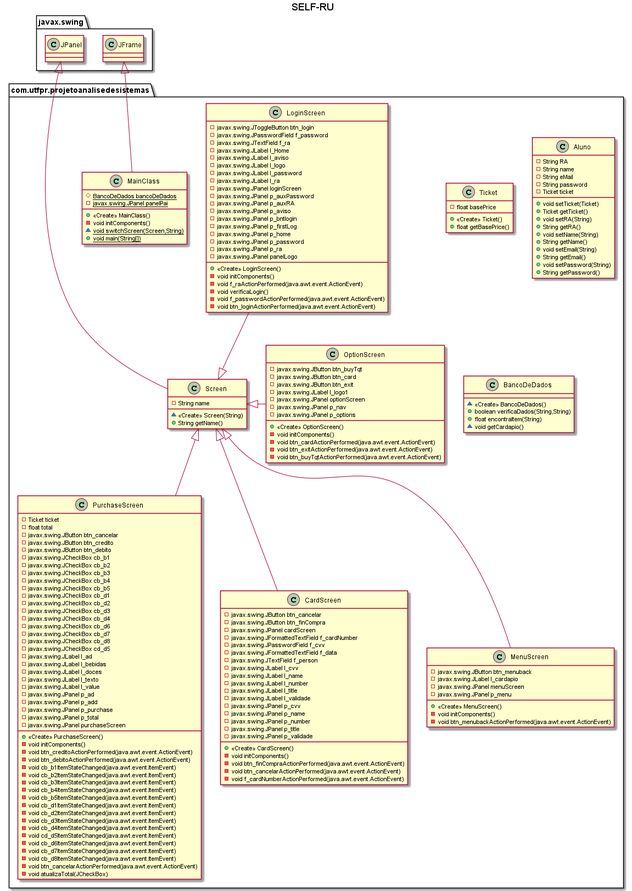
The PlantUML diagram UML/ProjetoUML-SELF-RU-Classes.png in GuiMarcos/ProjetoAnaliseDeSistemas, before a commit.
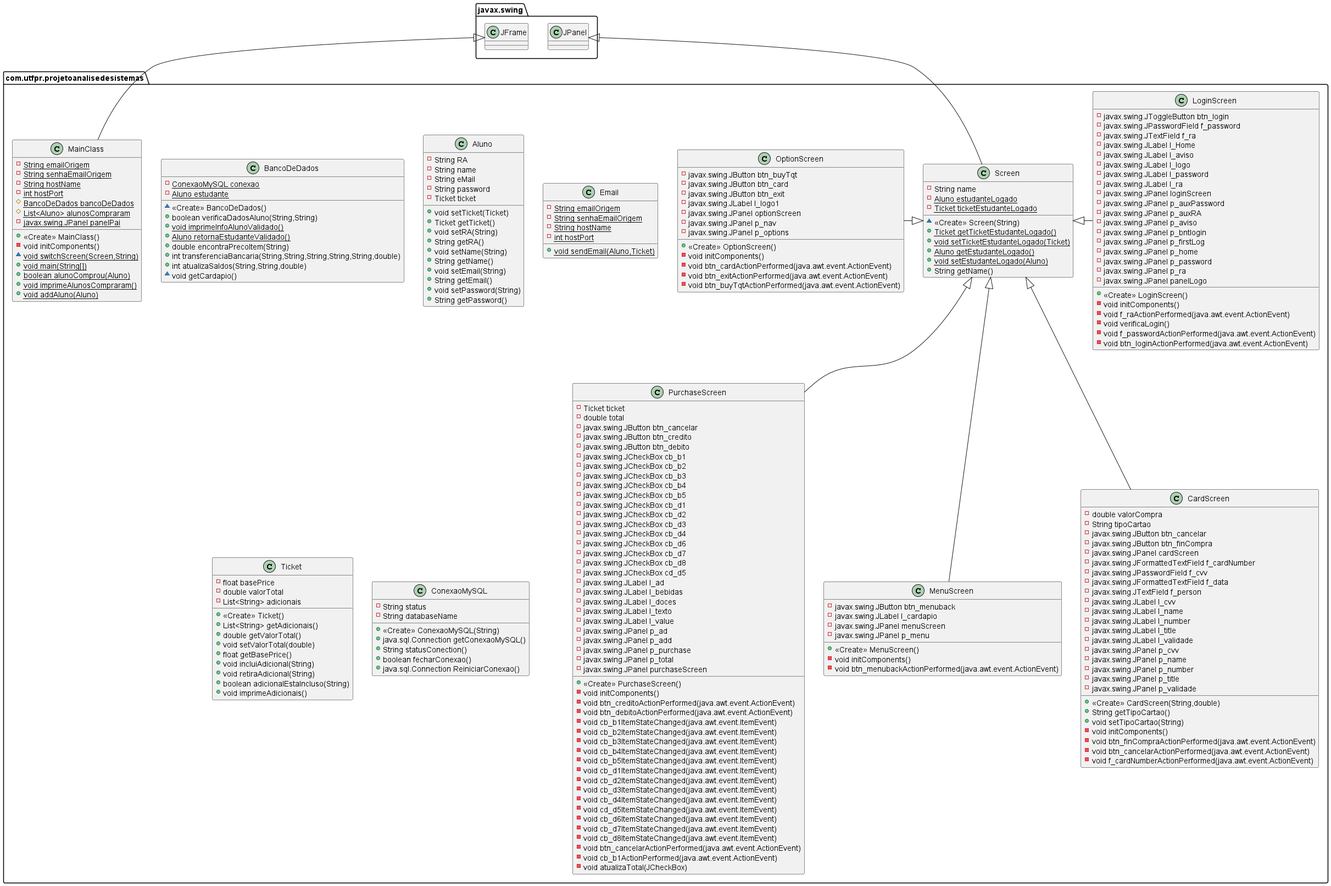
Later version of the same file.

Change to the diagram source:
```diff
@@ -1,151 +1,29 @@
-@startuml SELF-RU
-title SELF-RU
-
-together {
-    class com.utfpr.projetoanalisedesistemas.LoginScreen {
-    - javax.swing.JToggleButton btn_login
-    - javax.swing.JPasswordField f_password
-    - javax.swing.JTextField f_ra
-    - javax.swing.JLabel l_Home
-    - javax.swing.JLabel l_aviso
-    - javax.swing.JLabel l_logo
-    - javax.swing.JLabel l_password
-    - javax.swing.JLabel l_ra
-    - javax.swing.JPanel loginScreen
-    - javax.swing.JPanel p_auxPassword
-    - javax.swing.JPanel p_auxRA
-    - javax.swing.JPanel p_aviso
-    - javax.swing.JPanel p_bntlogin
-    - javax.swing.JPanel p_firstLog
-    - javax.swing.JPanel p_home
-    - javax.swing.JPanel p_password
-    - javax.swing.JPanel p_ra
-    - javax.swing.JPanel panelLogo
-    + <<Create>> LoginScreen()
-    - void initComponents()
-    - void f_raActionPerformed(java.awt.event.ActionEvent)
-    - void verificaLogin()
-    - void f_passwordActionPerformed(java.awt.event.ActionEvent)
-    - void btn_loginActionPerformed(java.awt.event.ActionEvent)
-    }
-
-    class com.utfpr.projetoanalisedesistemas.OptionScreen {
-    - javax.swing.JButton btn_buyTqt
-    - javax.swing.JButton btn_card
-    - javax.swing.JButton btn_exit
-    - javax.swing.JLabel l_logo1
-    - javax.swing.JPanel optionScreen
-    - javax.swing.JPanel p_nav
-    - javax.swing.JPanel p_options
-    + <<Create>> OptionScreen()
-    - void initComponents()
-    - void btn_cardActionPerformed(java.awt.event.ActionEvent)
-    - void btn_exitActionPerformed(java.awt.event.ActionEvent)
-    - void btn_buyTqtActionPerformed(java.awt.event.ActionEvent)
-    }
-    class com.utfpr.projetoanalisedesistemas.PurchaseScreen {
-    - Ticket ticket
-    - float total
-    - javax.swing.JButton btn_cancelar
-    - javax.swing.JButton btn_credito
-    - javax.swing.JButton btn_debito
-    - javax.swing.JCheckBox cb_b1
-    - javax.swing.JCheckBox cb_b2
-    - javax.swing.JCheckBox cb_b3
-    - javax.swing.JCheckBox cb_b4
-    - javax.swing.JCheckBox cb_b5
-    - javax.swing.JCheckBox cb_d1
-    - javax.swing.JCheckBox cb_d2
-    - javax.swing.JCheckBox cb_d3
-    - javax.swing.JCheckBox cb_d4
-    - javax.swing.JCheckBox cb_d6
-    - javax.swing.JCheckBox cb_d7
-    - javax.swing.JCheckBox cb_d8
-    - javax.swing.JCheckBox cd_d5
-    - javax.swing.JLabel l_ad
-    - javax.swing.JLabel l_bebidas
-    - javax.swing.JLabel l_doces
-    - javax.swing.JLabel l_texto
-    - javax.swing.JLabel l_value
-    - javax.swing.JPanel p_ad
-    - javax.swing.JPanel p_add
-    - javax.swing.JPanel p_purchase
-    - javax.swing.JPanel p_total
-    - javax.swing.JPanel purchaseScreen
-    + <<Create>> PurchaseScreen()
-    - void initComponents()
-    - void btn_creditoActionPerformed(java.awt.event.ActionEvent)
-    - void btn_debitoActionPerformed(java.awt.event.ActionEvent)
-    - void cb_b1ItemStateChanged(java.awt.event.ItemEvent)
-    - void cb_b2ItemStateChanged(java.awt.event.ItemEvent)
-    - void cb_b3ItemStateChanged(java.awt.event.ItemEvent)
-    - void cb_b4ItemStateChanged(java.awt.event.ItemEvent)
-    - void cb_b5ItemStateChanged(java.awt.event.ItemEvent)
-    - void cb_d1ItemStateChanged(java.awt.event.ItemEvent)
-    - void cb_d2ItemStateChanged(java.awt.event.ItemEvent)
-    - void cb_d3ItemStateChanged(java.awt.event.ItemEvent)
-    - void cb_d4ItemStateChanged(java.awt.event.ItemEvent)
-    - void cd_d5ItemStateChanged(java.awt.event.ItemEvent)
-    - void cb_d6ItemStateChanged(java.awt.event.ItemEvent)
-    - void cb_d7ItemStateChanged(java.awt.event.ItemEvent)
-    - void cb_d8ItemStateChanged(java.awt.event.ItemEvent)
-    - void btn_cancelarActionPerformed(java.awt.event.ActionEvent)
-    - void atualizaTotal(JCheckBox)
-    }
-    class com.utfpr.projetoanalisedesistemas.CardScreen {
-    - javax.swing.JButton btn_cancelar
-    - javax.swing.JButton btn_finCompra
-    - javax.swing.JPanel cardScreen
-    - javax.swing.JFormattedTextField f_cardNumber
-    - javax.swing.JPasswordField f_cvv
-    - javax.swing.JFormattedTextField f_data
-    - javax.swing.JTextField f_person
-    - javax.swing.JLabel l_cvv
-    - javax.swing.JLabel l_name
-    - javax.swing.JLabel l_number
-    - javax.swing.JLabel l_title
-    - javax.swing.JLabel l_validade
-    - javax.swing.JPanel p_cvv
-    - javax.swing.JPanel p_name
-    - javax.swing.JPanel p_number
-    - javax.swing.JPanel p_title
-    - javax.swing.JPanel p_validade
-    + <<Create>> CardScreen()
-    - void initComponents()
-    - void btn_finCompraActionPerformed(java.awt.event.ActionEvent)
-    - void btn_cancelarActionPerformed(java.awt.event.ActionEvent)
-    - void f_cardNumberActionPerformed(java.awt.event.ActionEvent)
-    }
-    class com.utfpr.projetoanalisedesistemas.MenuScreen {
-    - javax.swing.JButton btn_menuback
-    - javax.swing.JLabel l_cardapio
-    - javax.swing.JPanel menuScreen
-    - javax.swing.JPanel p_menu
-    + <<Create>> MenuScreen()
-    - void initComponents()
-    - void btn_menubackActionPerformed(java.awt.event.ActionEvent)
-    }
-    class com.utfpr.projetoanalisedesistemas.Screen {
-    - String name
-    ~ <<Create>> Screen(String)
-    + String getName()
-    }
+@startuml
+class com.utfpr.projetoanalisedesistemas.OptionScreen {
+- javax.swing.JButton btn_buyTqt
+- javax.swing.JButton btn_card
+- javax.swing.JButton btn_exit
+- javax.swing.JLabel l_logo1
+- javax.swing.JPanel optionScreen
+- javax.swing.JPanel p_nav
+- javax.swing.JPanel p_options
++ <<Create>> OptionScreen()
+- void initComponents()
+- void btn_cardActionPerformed(java.awt.event.ActionEvent)
+- void btn_exitActionPerformed(java.awt.event.ActionEvent)
+- void btn_buyTqtActionPerformed(java.awt.event.ActionEvent)
 }
-
-class com.utfpr.projetoanalisedesistemas.MainClass {
-# {static} BancoDeDados bancoDeDados
-- {static} javax.swing.JPanel panelPai
-+ <<Create>> MainClass()
-- void initComponents()
-~ {static} void switchScreen(Screen,String)
-+ {static} void main(String[])
-}
-
-
-class com.utfpr.projetoanalisedesistemas.Ticket {
-- float basePrice
-+ <<Create>> Ticket()
-+ float getBasePrice()
+class com.utfpr.projetoanalisedesistemas.BancoDeDados {
+- {static} ConexaoMySQL conexao
+- {static} Aluno estudante
+~ <<Create>> BancoDeDados()
++ boolean verificaDadosAluno(String,String)
++ {static} void imprimeInfoAlunoValidado()
++ {static} Aluno retornaEstudanteValidado()
++ double encontraPrecoItem(String)
++ int transferenciaBancaria(String,String,String,String,String,double)
++ int atualizaSaldos(String,String,double)
+~ void getCardapio()
 }
 class com.utfpr.projetoanalisedesistemas.Aluno {
 - String RA
@@ -164,26 +42,184 @@
 + void setPassword(String)
 + String getPassword()
 }
-class com.utfpr.projetoanalisedesistemas.BancoDeDados {
-~ <<Create>> BancoDeDados()
-+ boolean verificaDados(String,String)
-+ float encontraItem(String)
-~ void getCardapio()
+class com.utfpr.projetoanalisedesistemas.LoginScreen {
+- javax.swing.JToggleButton btn_login
+- javax.swing.JPasswordField f_password
+- javax.swing.JTextField f_ra
+- javax.swing.JLabel l_Home
+- javax.swing.JLabel l_aviso
+- javax.swing.JLabel l_logo
+- javax.swing.JLabel l_password
+- javax.swing.JLabel l_ra
+- javax.swing.JPanel loginScreen
+- javax.swing.JPanel p_auxPassword
+- javax.swing.JPanel p_auxRA
+- javax.swing.JPanel p_aviso
+- javax.swing.JPanel p_bntlogin
+- javax.swing.JPanel p_firstLog
+- javax.swing.JPanel p_home
+- javax.swing.JPanel p_password
+- javax.swing.JPanel p_ra
+- javax.swing.JPanel panelLogo
++ <<Create>> LoginScreen()
+- void initComponents()
+- void f_raActionPerformed(java.awt.event.ActionEvent)
+- void verificaLogin()
+- void f_passwordActionPerformed(java.awt.event.ActionEvent)
+- void btn_loginActionPerformed(java.awt.event.ActionEvent)
+}
+class com.utfpr.projetoanalisedesistemas.PurchaseScreen {
+- Ticket ticket
+- double total
+- javax.swing.JButton btn_cancelar
+- javax.swing.JButton btn_credito
+- javax.swing.JButton btn_debito
+- javax.swing.JCheckBox cb_b1
+- javax.swing.JCheckBox cb_b2
+- javax.swing.JCheckBox cb_b3
+- javax.swing.JCheckBox cb_b4
+- javax.swing.JCheckBox cb_b5
+- javax.swing.JCheckBox cb_d1
+- javax.swing.JCheckBox cb_d2
+- javax.swing.JCheckBox cb_d3
+- javax.swing.JCheckBox cb_d4
+- javax.swing.JCheckBox cb_d6
+- javax.swing.JCheckBox cb_d7
+- javax.swing.JCheckBox cb_d8
+- javax.swing.JCheckBox cd_d5
+- javax.swing.JLabel l_ad
+- javax.swing.JLabel l_bebidas
+- javax.swing.JLabel l_doces
+- javax.swing.JLabel l_texto
+- javax.swing.JLabel l_value
+- javax.swing.JPanel p_ad
+- javax.swing.JPanel p_add
+- javax.swing.JPanel p_purchase
+- javax.swing.JPanel p_total
+- javax.swing.JPanel purchaseScreen
++ <<Create>> PurchaseScreen()
+- void initComponents()
+- void btn_creditoActionPerformed(java.awt.event.ActionEvent)
+- void btn_debitoActionPerformed(java.awt.event.ActionEvent)
+- void cb_b1ItemStateChanged(java.awt.event.ItemEvent)
+- void cb_b2ItemStateChanged(java.awt.event.ItemEvent)
+- void cb_b3ItemStateChanged(java.awt.event.ItemEvent)
+- void cb_b4ItemStateChanged(java.awt.event.ItemEvent)
+- void cb_b5ItemStateChanged(java.awt.event.ItemEvent)
+- void cb_d1ItemStateChanged(java.awt.event.ItemEvent)
+- void cb_d2ItemStateChanged(java.awt.event.ItemEvent)
+- void cb_d3ItemStateChanged(java.awt.event.ItemEvent)
+- void cb_d4ItemStateChanged(java.awt.event.ItemEvent)
+- void cd_d5ItemStateChanged(java.awt.event.ItemEvent)
+- void cb_d6ItemStateChanged(java.awt.event.ItemEvent)
+- void cb_d7ItemStateChanged(java.awt.event.ItemEvent)
+- void cb_d8ItemStateChanged(java.awt.event.ItemEvent)
+- void btn_cancelarActionPerformed(java.awt.event.ActionEvent)
+- void cb_b1ActionPerformed(java.awt.event.ActionEvent)
+- void atualizaTotal(JCheckBox)
+}
+class com.utfpr.projetoanalisedesistemas.Email {
+- {static} String emailOrigem
+- {static} String senhaEmailOrigem
+- {static} String hostName
+- {static} int hostPort
++ {static} void sendEmail(Aluno,Ticket)
+}
+class com.utfpr.projetoanalisedesistemas.MenuScreen {
+- javax.swing.JButton btn_menuback
+- javax.swing.JLabel l_cardapio
+- javax.swing.JPanel menuScreen
+- javax.swing.JPanel p_menu
++ <<Create>> MenuScreen()
+- void initComponents()
+- void btn_menubackActionPerformed(java.awt.event.ActionEvent)
+}
+class com.utfpr.projetoanalisedesistemas.Screen {
+- String name
+- {static} Aluno estudanteLogado
+- {static} Ticket ticketEstudanteLogado
+~ <<Create>> Screen(String)
++ {static} Ticket getTicketEstudanteLogado()
++ {static} void setTicketEstudanteLogado(Ticket)
++ {static} Aluno getEstudanteLogado()
++ {static} void setEstudanteLogado(Aluno)
++ String getName()
+}
+class com.utfpr.projetoanalisedesistemas.Ticket {
+- float basePrice
+- double valorTotal
+- List<String> adicionais
++ <<Create>> Ticket()
++ List<String> getAdicionais()
++ double getValorTotal()
++ void setValorTotal(double)
++ float getBasePrice()
++ void incluiAdicional(String)
++ void retiraAdicional(String)
++ boolean adicionalEstaIncluso(String)
++ void imprimeAdicionais()
+}
+class com.utfpr.projetoanalisedesistemas.ConexaoMySQL {
+- String status
+- String databaseName
++ <<Create>> ConexaoMySQL(String)
++ java.sql.Connection getConexaoMySQL()
++ String statusConection()
++ boolean fecharConexao()
++ java.sql.Connection ReiniciarConexao()
+}
+class com.utfpr.projetoanalisedesistemas.MainClass {
+- {static} String emailOrigem
+- {static} String senhaEmailOrigem
+- {static} String hostName
+- {static} int hostPort
+# {static} BancoDeDados bancoDeDados
+# {static} List<Aluno> alunosCompraram
+- {static} javax.swing.JPanel panelPai
++ <<Create>> MainClass()
+- void initComponents()
+~ {static} void switchScreen(Screen,String)
++ {static} void main(String[])
++ {static} boolean alunoComprou(Aluno)
++ {static} void imprimeAlunosCompraram()
++ {static} void addAluno(Aluno)
+}
+class com.utfpr.projetoanalisedesistemas.CardScreen {
+- double valorCompra
+- String tipoCartao
+- javax.swing.JButton btn_cancelar
+- javax.swing.JButton btn_finCompra
+- javax.swing.JPanel cardScreen
+- javax.swing.JFormattedTextField f_cardNumber
+- javax.swing.JPasswordField f_cvv
+- javax.swing.JFormattedTextField f_data
+- javax.swing.JTextField f_person
+- javax.swing.JLabel l_cvv
+- javax.swing.JLabel l_name
+- javax.swing.JLabel l_number
+- javax.swing.JLabel l_title
+- javax.swing.JLabel l_validade
+- javax.swing.JPanel p_cvv
+- javax.swing.JPanel p_name
+- javax.swing.JPanel p_number
+- javax.swing.JPanel p_title
+- javax.swing.JPanel p_validade
++ <<Create>> CardScreen(String,double)
++ String getTipoCartao()
++ void setTipoCartao(String)
+- void initComponents()
+- void btn_finCompraActionPerformed(java.awt.event.ActionEvent)
+- void btn_cancelarActionPerformed(java.awt.event.ActionEvent)
+- void f_cardNumberActionPerformed(java.awt.event.ActionEvent)
 }
 
-
+javax.swing.JFrame <|-- com.utfpr.projetoanalisedesistemas.MainClass
 javax.swing.JPanel <|-- com.utfpr.projetoanalisedesistemas.Screen
-javax.swing.JFrame <|-- com.utfpr.projetoanalisedesistemas.MainClass
-
-com.utfpr.projetoanalisedesistemas.Screen <|-- com.utfpr.projetoanalisedesistemas.PurchaseScreen
-com.utfpr.projetoanalisedesistemas.Screen <|-up- com.utfpr.projetoanalisedesistemas.LoginScreen
-com.utfpr.projetoanalisedesistemas.Screen <|-- com.utfpr.projetoanalisedesistemas.CardScreen
-com.utfpr.projetoanalisedesistemas.Screen <|-- com.utfpr.projetoanalisedesistemas.MenuScreen
-com.utfpr.projetoanalisedesistemas.Screen <|-right- com.utfpr.projetoanalisedesistemas.OptionScreen
 
 
-
-
-
-
+com.utfpr.projetoanalisedesistemas.Screen <|-left- com.utfpr.projetoanalisedesistemas.OptionScreen
+com.utfpr.projetoanalisedesistemas.Screen <|-right- com.utfpr.projetoanalisedesistemas.LoginScreen
+com.utfpr.projetoanalisedesistemas.Screen <|-- com.utfpr.projetoanalisedesistemas.PurchaseScreen
+com.utfpr.projetoanalisedesistemas.Screen <|-- com.utfpr.projetoanalisedesistemas.MenuScreen
+com.utfpr.projetoanalisedesistemas.Screen <|-- com.utfpr.projetoanalisedesistemas.CardScreen
 @enduml
```
